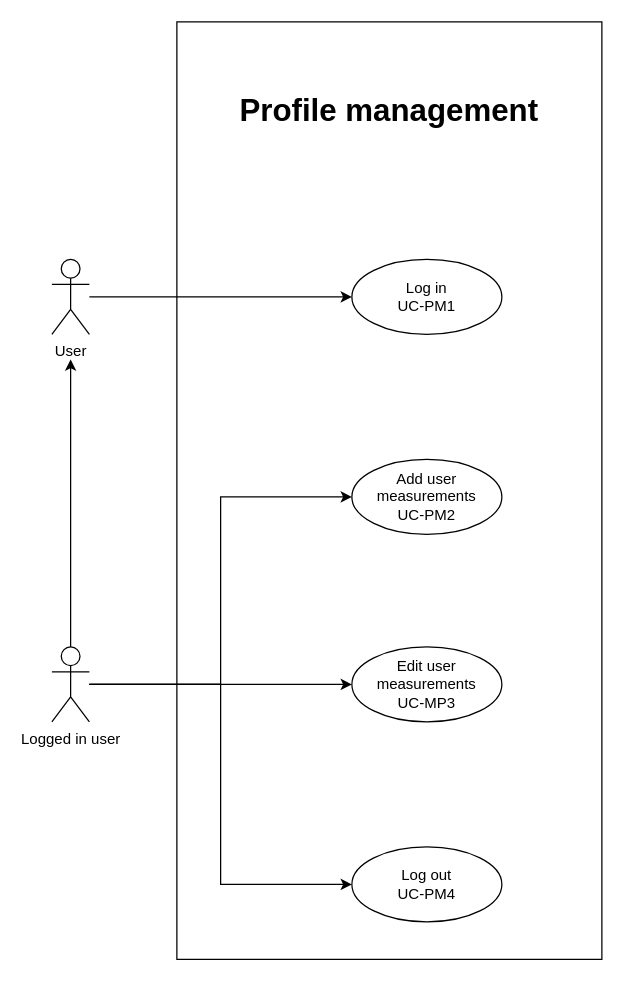
gienon-fer/SeekFit keeps this draw.io diagram as docs/diagrams/UCD-profile-management.drawio. Above is the earlier version. Source tidied: cells renumbered, new cells numbered last; positions are measured from the earlier drawing's top-left corner, leaving out a move shared by most shapes. Both pictures are drawn from the tidied source at 125%, with x=0, y=0 at pixel (51, 21).
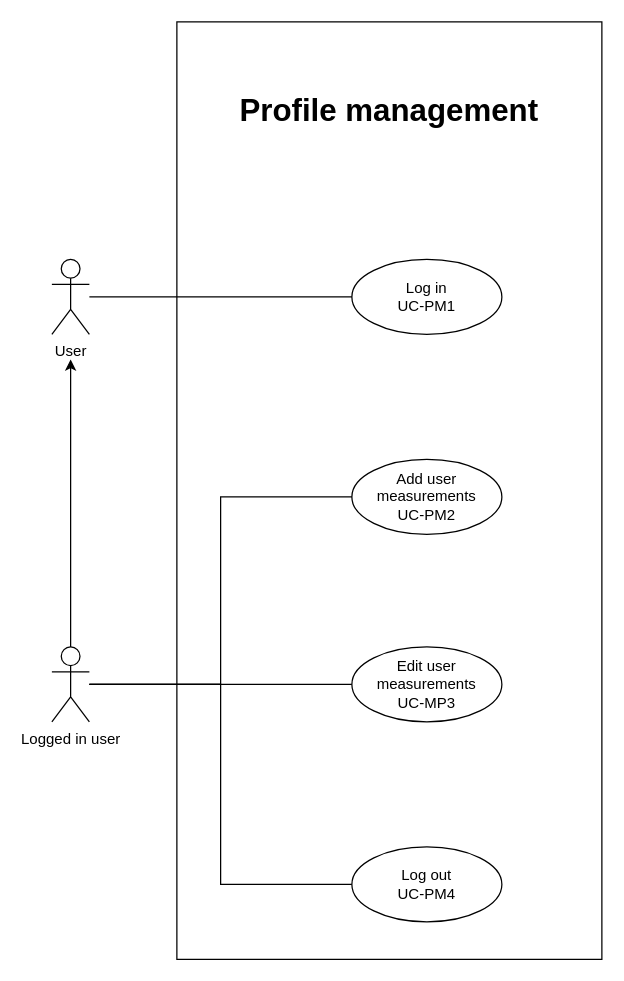
After the change.

Change to the diagram source:
```diff
@@
 <mxGraphModel>
   <root>
     <mxCell id="0" />
     <mxCell id="1" parent="0" />
     <mxCell id="2" style="rounded=0;whiteSpace=wrap;html=1;fillColor=none;" parent="1" vertex="1">
       <mxGeometry x="100" width="340" height="750" as="geometry" />
     </mxCell>
-    <mxCell id="3" style="edgeStyle=orthogonalEdgeStyle;rounded=0;jettySize=auto;html=1;" parent="1" edge="1" source="4" target="10">
+    <mxCell id="3" style="edgeStyle=orthogonalEdgeStyle;rounded=0;jettySize=auto;html=1;endArrow=none;endFill=0;" parent="1" edge="1" source="4" target="10">
       <mxGeometry relative="1" as="geometry" />
     </mxCell>
     <mxCell id="4" value="User" style="shape=umlActor;verticalLabelPosition=bottom;verticalAlign=top;html=1;outlineConnect=0;fillColor=none;" parent="1" vertex="1">
       <mxGeometry y="190" width="30" height="60" as="geometry" />
     </mxCell>
     <mxCell id="5" style="edgeStyle=orthogonalEdgeStyle;rounded=0;jettySize=auto;html=1;labelBackgroundColor=none;" parent="1" edge="1" source="9">
       <mxGeometry relative="1" as="geometry">
         <mxPoint x="15" y="270" as="targetPoint" />
       </mxGeometry>
     </mxCell>
-    <mxCell id="6" style="edgeStyle=orthogonalEdgeStyle;rounded=0;jettySize=auto;html=1;entryX=0;entryY=0.5;entryDx=0;entryDy=0;" parent="1" edge="1" source="9" target="11">
+    <mxCell id="6" style="edgeStyle=orthogonalEdgeStyle;rounded=0;jettySize=auto;html=1;entryX=0;entryY=0.5;entryDx=0;entryDy=0;endArrow=none;endFill=0;" parent="1" edge="1" source="9" target="11">
       <mxGeometry relative="1" as="geometry" />
     </mxCell>
-    <mxCell id="7" style="edgeStyle=orthogonalEdgeStyle;rounded=0;jettySize=auto;html=1;entryX=0;entryY=0.5;entryDx=0;entryDy=0;" parent="1" edge="1" source="9" target="13">
+    <mxCell id="7" style="edgeStyle=orthogonalEdgeStyle;rounded=0;jettySize=auto;html=1;entryX=0;entryY=0.5;entryDx=0;entryDy=0;endArrow=none;endFill=0;" parent="1" edge="1" source="9" target="13">
       <mxGeometry relative="1" as="geometry" />
     </mxCell>
-    <mxCell id="8" style="edgeStyle=orthogonalEdgeStyle;rounded=0;jettySize=auto;html=1;entryX=0;entryY=0.5;entryDx=0;entryDy=0;" parent="1" edge="1" source="9" target="12">
+    <mxCell id="8" style="edgeStyle=orthogonalEdgeStyle;rounded=0;jettySize=auto;html=1;entryX=0;entryY=0.5;entryDx=0;entryDy=0;endArrow=none;endFill=0;" parent="1" edge="1" source="9" target="12">
       <mxGeometry relative="1" as="geometry" />
     </mxCell>
     <mxCell id="9" value="Logged in user" style="shape=umlActor;verticalLabelPosition=bottom;verticalAlign=top;html=1;outlineConnect=0;fillColor=none;" parent="1" vertex="1">
       <mxGeometry y="500" width="30" height="60" as="geometry" />
     </mxCell>
     <mxCell id="10" value="Log in&lt;br&gt;UC-PM1" style="ellipse;whiteSpace=wrap;html=1;fillColor=none;" parent="1" vertex="1">
       <mxGeometry x="240" y="190" width="120" height="60" as="geometry" />
     </mxCell>
     <mxCell id="11" value="Log out&lt;br&gt;UC-PM4" style="ellipse;whiteSpace=wrap;html=1;fillColor=none;" parent="1" vertex="1">
       <mxGeometry x="240" y="660" width="120" height="60" as="geometry" />
     </mxCell>
     <mxCell id="12" value="Add user measurements&lt;br&gt;UC-PM2" style="ellipse;whiteSpace=wrap;html=1;fillColor=none;" parent="1" vertex="1">
       <mxGeometry x="240" y="350" width="120" height="60" as="geometry" />
     </mxCell>
     <mxCell id="13" value="Edit user measurements&lt;br&gt;UC-MP3" style="ellipse;whiteSpace=wrap;html=1;fillColor=none;" parent="1" vertex="1">
       <mxGeometry x="240" y="500" width="120" height="60" as="geometry" />
     </mxCell>
     <mxCell id="14" value="&lt;b&gt;&lt;font style=&quot;font-size: 25px;&quot;&gt;Profile management&lt;/font&gt;&lt;/b&gt;" style="text;html=1;align=center;verticalAlign=middle;whiteSpace=wrap;rounded=0;" parent="1" vertex="1">
       <mxGeometry x="135" y="40" width="270" height="60" as="geometry" />
     </mxCell>
   </root>
 </mxGraphModel>
```
